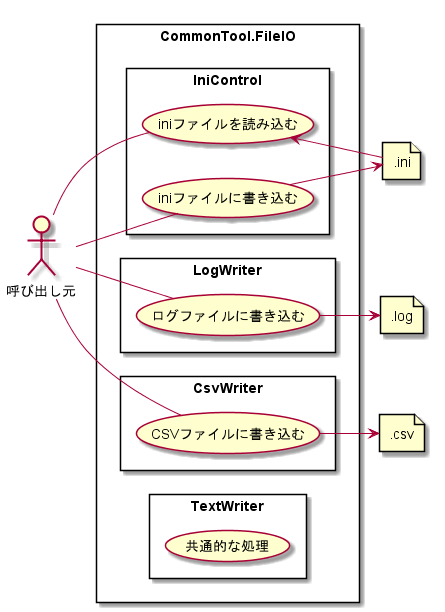
This is doc/03_SubSystem別/CommonTool.FileIO/01_機能詳細/ユースケース図.png from hirorich/CommonTool, a PlantUML export, as it was before one commit.
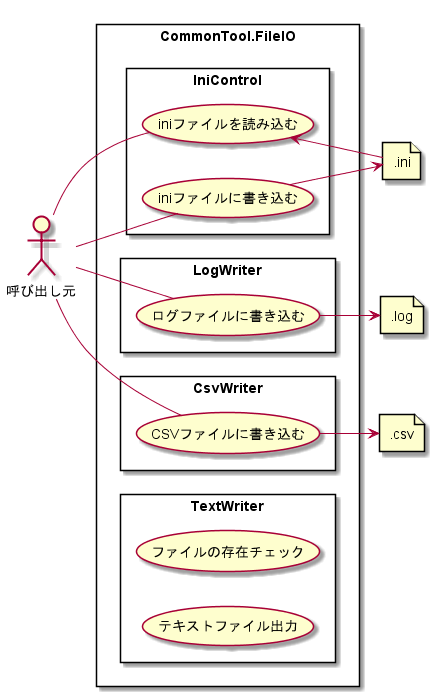
After the change.

The edit, as a diff of the source:
```diff
@@ -7,7 +7,7 @@
 file ".log" as LogFile
 file ".csv" as CsvFile
 
-rectangle CommonTool.FileIO {
+rectangle CommonTool.FileIO as FileIO {
   rectangle IniControl {
     呼び出し元 -- (iniファイルを読み込む)
     呼び出し元 -- (iniファイルに書き込む)
@@ -23,7 +23,8 @@
     (CSVファイルに書き込む) --> CsvFile
   }
   rectangle TextWriter {
-    (共通的な処理)
+    (ファイルの存在チェック)
+    (テキストファイル出力)
   }
 }
 
```
